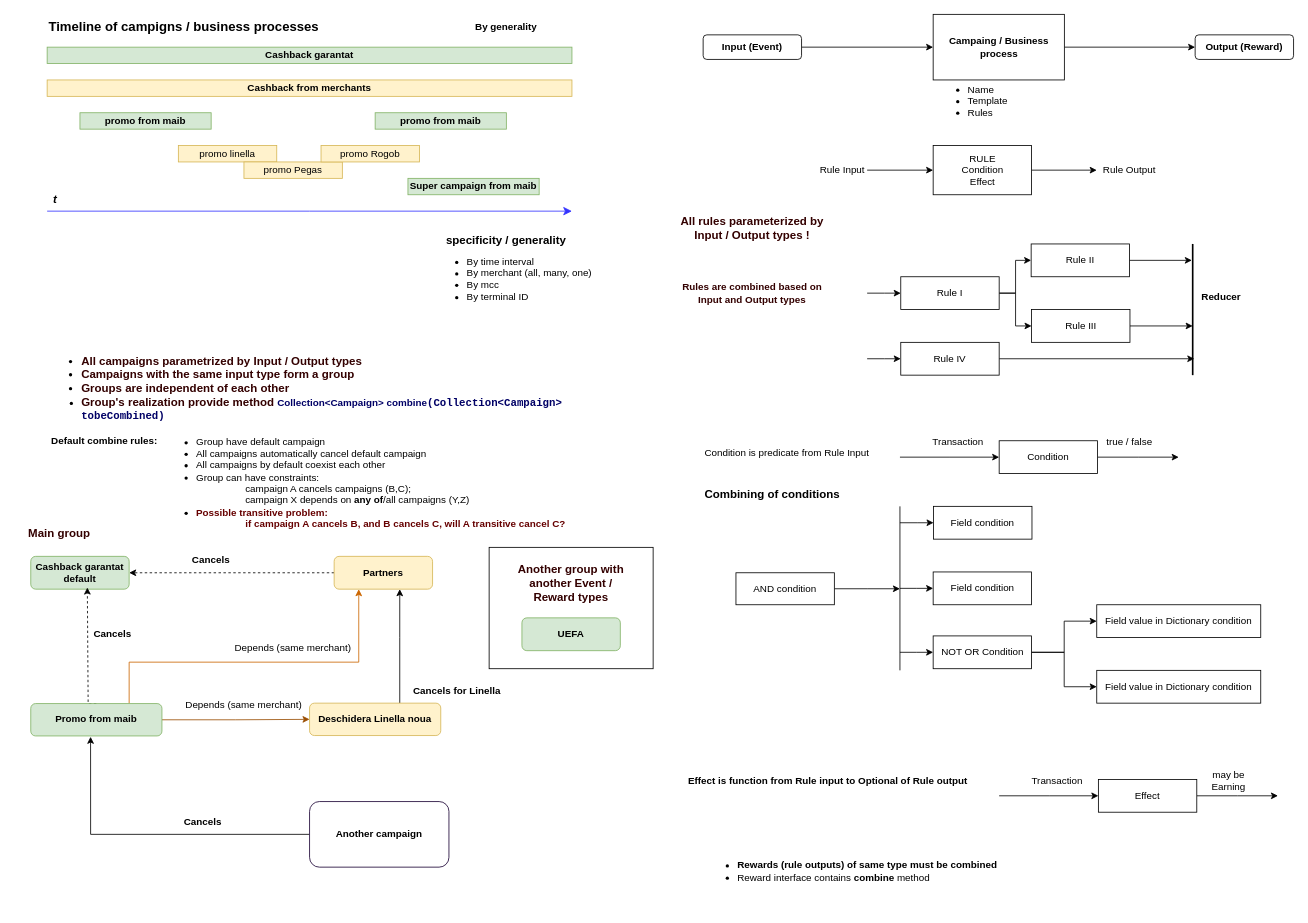
Before: Диаграмма без названия.drawio in DemiusAcademius/diagrams, a draw.io diagram. Source tidied: cells renumbered, new cells numbered last; positions are measured from the earlier drawing's top-left corner, leaving out a move shared by most shapes. Both pictures are drawn from the tidied source at 82%, with x=0, y=0 at pixel (14, 14).
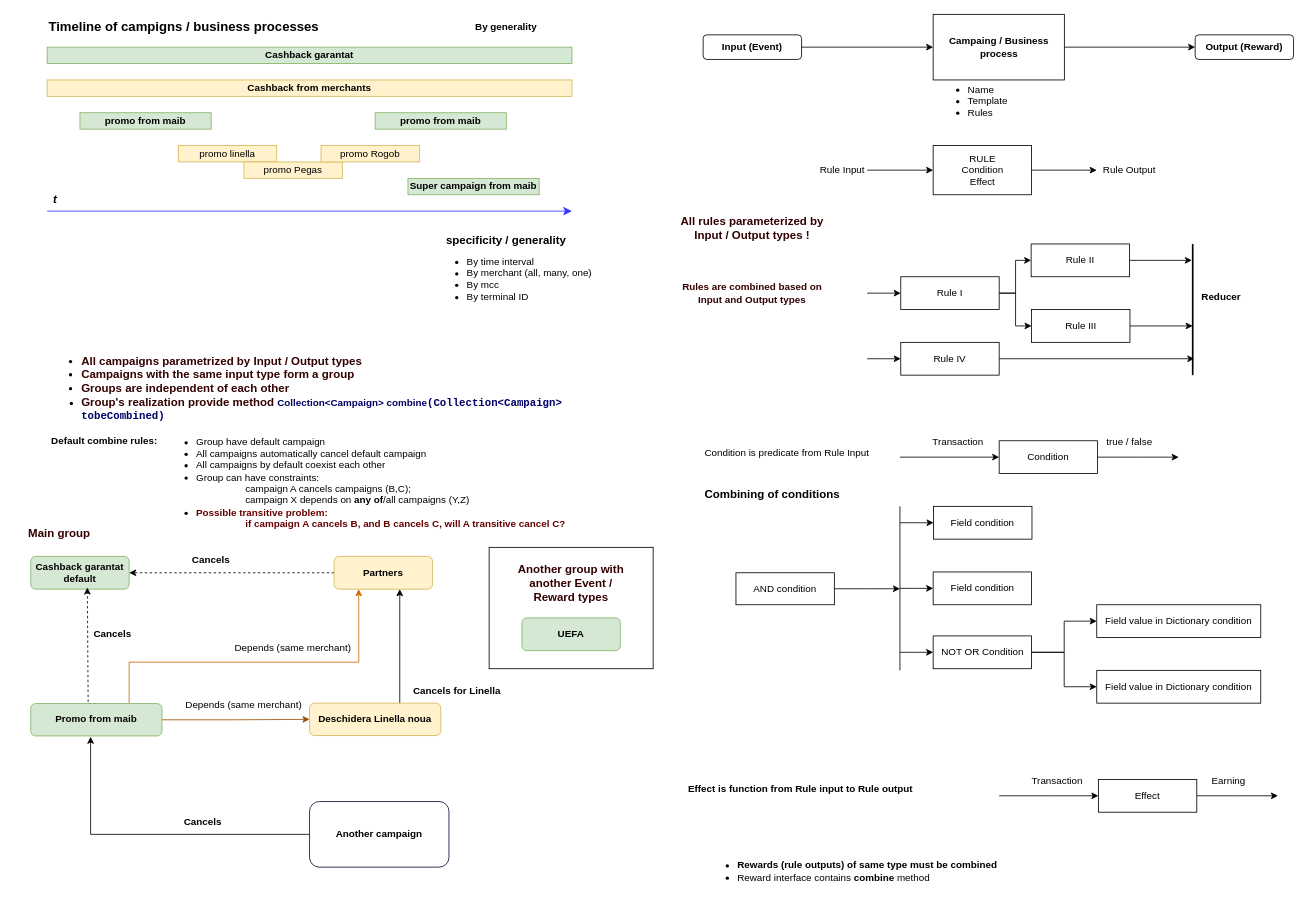
The same diagram, later.

Diff of the diagram source:
```diff
@@
-    <mxCell id="84" value="&lt;b&gt;Effect is function from Rule input to Optional of Rule output&lt;/b&gt;" style="text;html=1;strokeColor=none;fillColor=none;align=left;verticalAlign=middle;whiteSpace=wrap;rounded=0;" parent="1" vertex="1">
-      <mxGeometry x="820" y="920" width="350" height="30" as="geometry" />
+    <mxCell id="84" value="&lt;b&gt;Effect is function from Rule input to Rule output&lt;/b&gt;" style="text;html=1;strokeColor=none;fillColor=none;align=left;verticalAlign=middle;whiteSpace=wrap;rounded=0;" parent="1" vertex="1">
+      <mxGeometry x="820" y="930" width="290" height="30" as="geometry" />
     </mxCell>
@@
-    <mxCell id="88" value="may be Earning" style="text;html=1;strokeColor=none;fillColor=none;align=center;verticalAlign=middle;whiteSpace=wrap;rounded=0;" parent="1" vertex="1">
+    <mxCell id="88" value="Earning" style="text;html=1;strokeColor=none;fillColor=none;align=center;verticalAlign=middle;whiteSpace=wrap;rounded=0;" parent="1" vertex="1">
       <mxGeometry x="1451" y="920" width="60" height="30" as="geometry" />
     </mxCell>
```
